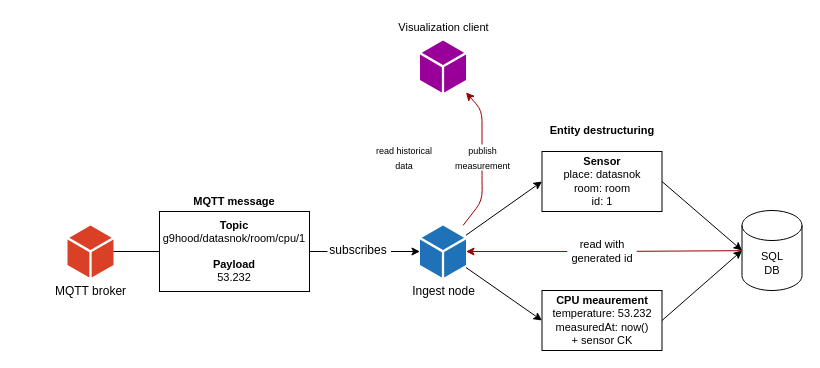
thedatasnok/idata2304-iot-project keeps this draw.io diagram as page "Ingest MQTT" (3 of 4) of docs/diagrams/architecture.v2.drawio. Above is the earlier version. Source tidied: cells renumbered, new cells numbered last; positions are measured from the earlier drawing's top-left corner, leaving out a move shared by most shapes. Both pictures are drawn from the tidied source at 100%, with x=0, y=0 at pixel (67, 17).
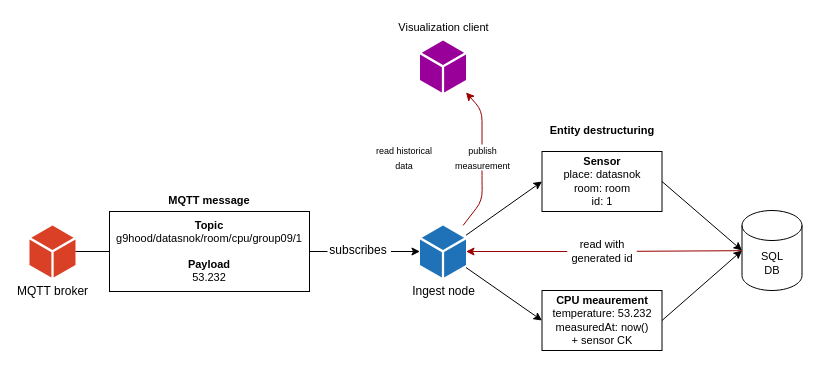
The same page after the edit.

Diff of the diagram source:
```diff
@@
     <mxCell id="2" value="MQTT broker" style="sketch=0;shadow=0;dashed=0;html=1;strokeColor=none;labelPosition=center;verticalLabelPosition=bottom;verticalAlign=top;outlineConnect=0;align=center;shape=mxgraph.office.concepts.node_generic;fillColor=#DA4026;" parent="1" vertex="1">
-      <mxGeometry y="208" width="46" height="52" as="geometry" />
+      <mxGeometry x="-38" y="208" width="46" height="52" as="geometry" />
     </mxCell>
@@
     <mxCell id="5" style="group;" parent="1" vertex="1">
-      <mxGeometry x="92" y="194" width="150" height="80" as="geometry" />
+      <mxGeometry x="42" y="194" width="200" height="80" as="geometry" />
     </mxCell>
     <mxCell id="6" style="rounded=0;whiteSpace=wrap;html=1;align=center;" parent="5" vertex="1">
-      <mxGeometry width="150" height="80" as="geometry" />
+      <mxGeometry width="200" height="80" as="geometry" />
     </mxCell>
-    <mxCell id="7" value="&lt;div style=&quot;font-size: 11px&quot;&gt;&lt;b&gt;&lt;font style=&quot;font-size: 11px&quot;&gt;Topic&lt;/font&gt;&lt;/b&gt;&lt;/div&gt;&lt;font style=&quot;font-size: 11px&quot;&gt;&lt;div&gt;&lt;span&gt;g9hood/datasnok/room/cpu/1&lt;/span&gt;&lt;/div&gt;&lt;div&gt;&lt;span&gt;&lt;br&gt;&lt;/span&gt;&lt;/div&gt;&lt;div&gt;&lt;b&gt;Payload&lt;/b&gt;&lt;/div&gt;&lt;div&gt;53.232&lt;/div&gt;&lt;/font&gt;" style="text;html=1;strokeColor=none;fillColor=none;align=center;verticalAlign=middle;whiteSpace=wrap;rounded=0;" parent="5" vertex="1">
-      <mxGeometry x="15" y="10" width="120" height="60" as="geometry" />
+    <mxCell id="7" value="&lt;div style=&quot;font-size: 11px&quot;&gt;&lt;b&gt;&lt;font style=&quot;font-size: 11px&quot;&gt;Topic&lt;/font&gt;&lt;/b&gt;&lt;/div&gt;&lt;font style=&quot;font-size: 11px&quot;&gt;&lt;div&gt;&lt;span&gt;g9hood/datasnok/room/cpu/group09/1&lt;/span&gt;&lt;/div&gt;&lt;div&gt;&lt;span&gt;&lt;br&gt;&lt;/span&gt;&lt;/div&gt;&lt;div&gt;&lt;b&gt;Payload&lt;/b&gt;&lt;/div&gt;&lt;div&gt;53.232&lt;/div&gt;&lt;/font&gt;" style="text;html=1;strokeColor=none;fillColor=none;align=center;verticalAlign=middle;whiteSpace=wrap;rounded=0;" parent="5" vertex="1">
+      <mxGeometry x="20" y="10" width="160" height="60" as="geometry" />
     </mxCell>
     <mxCell id="8" value="MQTT message" style="text;html=1;strokeColor=none;fillColor=none;align=center;verticalAlign=middle;whiteSpace=wrap;rounded=0;fontSize=11;fontStyle=1;" parent="1" vertex="1">
-      <mxGeometry x="122" y="174" width="90" height="20" as="geometry" />
+      <mxGeometry x="97" y="173" width="90" height="20" as="geometry" />
     </mxCell>
```
